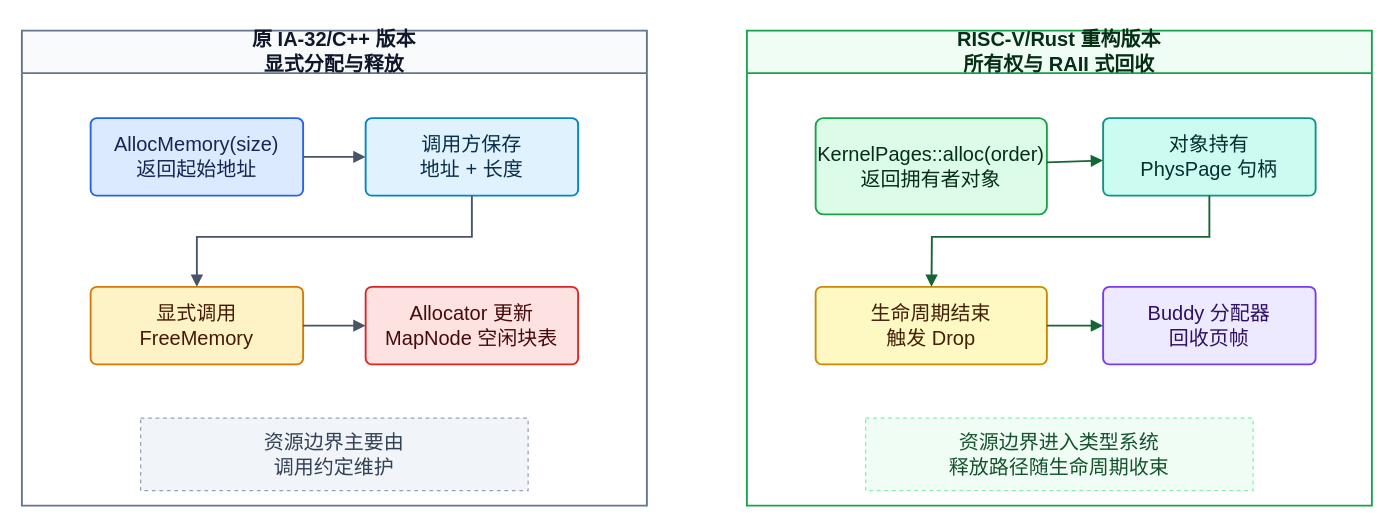
Above: figures/mm-lifetime.drawio in greatbridf/Thesis (draw.io), before the change. Source tidied: cells renumbered, new cells numbered last; positions are measured from the earlier drawing's top-left corner, leaving out a move shared by most shapes. Both pictures are drawn from the tidied source at 125%, with x=0, y=0 at pixel (21, 30).
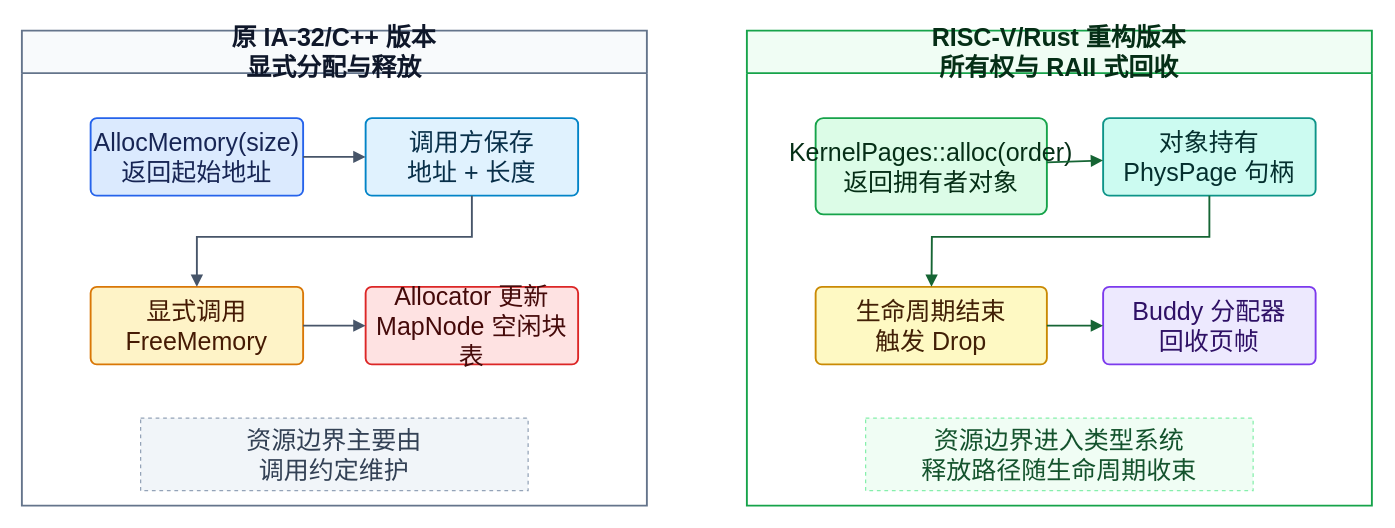
Above is the later version.

The edit, as a diff of the source:
```diff
@@
-    <mxCell id="2" value="原 IA-32/C++ 版本&lt;br&gt;显式分配与释放" style="swimlane;html=1;startSize=34;rounded=0;whiteSpace=wrap;fillColor=#f8fafc;strokeColor=#64748b;fontColor=#0f172a;fontStyle=1;strokeWidth=1.5;fontSize=16;" parent="1" vertex="1">
+    <mxCell id="2" value="原 IA-32/C++ 版本&lt;br&gt;显式分配与释放" style="swimlane;html=1;startSize=34;rounded=0;whiteSpace=wrap;fillColor=#f8fafc;strokeColor=#64748b;fontColor=#0f172a;fontStyle=1;strokeWidth=1.5;fontSize=20;" parent="1" vertex="1">
       <mxGeometry width="500" height="380" as="geometry" />
     </mxCell>
-    <mxCell id="3" value="RISC-V/Rust 重构版本&lt;br&gt;所有权与 RAII 式回收" style="swimlane;html=1;startSize=34;rounded=0;whiteSpace=wrap;fillColor=#f0fdf4;strokeColor=#16a34a;fontColor=#052e16;fontStyle=1;strokeWidth=1.5;fontSize=16;" parent="1" vertex="1">
+    <mxCell id="3" value="RISC-V/Rust 重构版本&lt;br&gt;所有权与 RAII 式回收" style="swimlane;html=1;startSize=34;rounded=0;whiteSpace=wrap;fillColor=#f0fdf4;strokeColor=#16a34a;fontColor=#052e16;fontStyle=1;strokeWidth=1.5;fontSize=20;" parent="1" vertex="1">
       <mxGeometry x="580" width="500" height="380" as="geometry" />
     </mxCell>
-    <mxCell id="4" value="AllocMemory(size)&lt;br&gt;返回起始地址" style="rounded=1;whiteSpace=wrap;html=1;fillColor=#dbeafe;strokeColor=#2563eb;fontColor=#172554;arcSize=8;strokeWidth=1.5;fontSize=16;" parent="2" vertex="1">
+    <mxCell id="4" value="AllocMemory(size)&lt;br&gt;返回起始地址" style="rounded=1;whiteSpace=wrap;html=1;fillColor=#dbeafe;strokeColor=#2563eb;fontColor=#172554;arcSize=8;strokeWidth=1.5;fontSize=20;" parent="2" vertex="1">
       <mxGeometry x="55" y="70" width="170" height="62" as="geometry" />
     </mxCell>
-    <mxCell id="5" value="调用方保存&lt;br&gt;地址 + 长度" style="rounded=1;whiteSpace=wrap;html=1;fillColor=#e0f2fe;strokeColor=#0284c7;fontColor=#082f49;arcSize=8;strokeWidth=1.5;fontSize=16;" parent="2" vertex="1">
+    <mxCell id="5" value="调用方保存&lt;br&gt;地址 + 长度" style="rounded=1;whiteSpace=wrap;html=1;fillColor=#e0f2fe;strokeColor=#0284c7;fontColor=#082f49;arcSize=8;strokeWidth=1.5;fontSize=20;" parent="2" vertex="1">
       <mxGeometry x="275" y="70" width="170" height="62" as="geometry" />
     </mxCell>
-    <mxCell id="6" value="显式调用&lt;br&gt;FreeMemory" style="rounded=1;whiteSpace=wrap;html=1;fillColor=#fef3c7;strokeColor=#d97706;fontColor=#451a03;arcSize=8;strokeWidth=1.5;fontSize=16;" parent="2" vertex="1">
+    <mxCell id="6" value="显式调用&lt;br&gt;FreeMemory" style="rounded=1;whiteSpace=wrap;html=1;fillColor=#fef3c7;strokeColor=#d97706;fontColor=#451a03;arcSize=8;strokeWidth=1.5;fontSize=20;" parent="2" vertex="1">
       <mxGeometry x="55" y="205" width="170" height="62" as="geometry" />
     </mxCell>
-    <mxCell id="7" value="Allocator 更新&lt;br&gt;MapNode 空闲块表" style="rounded=1;whiteSpace=wrap;html=1;fillColor=#fee2e2;strokeColor=#dc2626;fontColor=#450a0a;arcSize=8;strokeWidth=1.5;fontSize=16;" parent="2" vertex="1">
+    <mxCell id="7" value="Allocator 更新&lt;br&gt;MapNode 空闲块表" style="rounded=1;whiteSpace=wrap;html=1;fillColor=#fee2e2;strokeColor=#dc2626;fontColor=#450a0a;arcSize=8;strokeWidth=1.5;fontSize=20;" parent="2" vertex="1">
       <mxGeometry x="275" y="205" width="170" height="62" as="geometry" />
     </mxCell>
-    <mxCell id="8" value="KernelPages::alloc(order)&lt;br&gt;返回拥有者对象" style="rounded=1;whiteSpace=wrap;html=1;fillColor=#dcfce7;strokeColor=#16a34a;fontColor=#052e16;arcSize=8;strokeWidth=1.5;fontSize=16;" parent="3" vertex="1">
+    <mxCell id="8" value="KernelPages::alloc(order)&lt;br&gt;返回拥有者对象" style="rounded=1;whiteSpace=wrap;html=1;fillColor=#dcfce7;strokeColor=#16a34a;fontColor=#052e16;arcSize=8;strokeWidth=1.5;fontSize=20;" parent="3" vertex="1">
       <mxGeometry x="55" y="70" width="185" height="77" as="geometry" />
     </mxCell>
-    <mxCell id="9" value="对象持有&lt;br&gt;PhysPage 句柄" style="rounded=1;whiteSpace=wrap;html=1;fillColor=#ccfbf1;strokeColor=#0d9488;fontColor=#042f2e;arcSize=8;strokeWidth=1.5;fontSize=16;" parent="3" vertex="1">
+    <mxCell id="9" value="对象持有&lt;br&gt;PhysPage 句柄" style="rounded=1;whiteSpace=wrap;html=1;fillColor=#ccfbf1;strokeColor=#0d9488;fontColor=#042f2e;arcSize=8;strokeWidth=1.5;fontSize=20;" parent="3" vertex="1">
       <mxGeometry x="285" y="70" width="170" height="62" as="geometry" />
     </mxCell>
-    <mxCell id="10" value="生命周期结束&lt;br&gt;触发 Drop" style="rounded=1;whiteSpace=wrap;html=1;fillColor=#fef9c3;strokeColor=#ca8a04;fontColor=#422006;arcSize=8;strokeWidth=1.5;fontSize=16;" parent="3" vertex="1">
+    <mxCell id="10" value="生命周期结束&lt;br&gt;触发 Drop" style="rounded=1;whiteSpace=wrap;html=1;fillColor=#fef9c3;strokeColor=#ca8a04;fontColor=#422006;arcSize=8;strokeWidth=1.5;fontSize=20;" parent="3" vertex="1">
       <mxGeometry x="55" y="205" width="185" height="62" as="geometry" />
     </mxCell>
-    <mxCell id="11" value="Buddy 分配器&lt;br&gt;回收页帧" style="rounded=1;whiteSpace=wrap;html=1;fillColor=#ede9fe;strokeColor=#7c3aed;fontColor=#2e1065;arcSize=8;strokeWidth=1.5;fontSize=16;" parent="3" vertex="1">
+    <mxCell id="11" value="Buddy 分配器&lt;br&gt;回收页帧" style="rounded=1;whiteSpace=wrap;html=1;fillColor=#ede9fe;strokeColor=#7c3aed;fontColor=#2e1065;arcSize=8;strokeWidth=1.5;fontSize=20;" parent="3" vertex="1">
       <mxGeometry x="285" y="205" width="170" height="62" as="geometry" />
     </mxCell>
-    <mxCell id="12" value="资源边界主要由&lt;br&gt;调用约定维护" style="rounded=0;whiteSpace=wrap;html=1;fillColor=#f1f5f9;strokeColor=#94a3b8;fontColor=#334155;dashed=1;fontSize=16;" parent="2" vertex="1">
+    <mxCell id="12" value="资源边界主要由&lt;br&gt;调用约定维护" style="rounded=0;whiteSpace=wrap;html=1;fillColor=#f1f5f9;strokeColor=#94a3b8;fontColor=#334155;dashed=1;fontSize=20;" parent="2" vertex="1">
       <mxGeometry x="95" y="310" width="310" height="58" as="geometry" />
     </mxCell>
-    <mxCell id="13" value="资源边界进入类型系统&lt;br&gt;释放路径随生命周期收束" style="rounded=0;whiteSpace=wrap;html=1;fillColor=#f0fdf4;strokeColor=#86efac;fontColor=#14532d;dashed=1;fontSize=16;" parent="3" vertex="1">
+    <mxCell id="13" value="资源边界进入类型系统&lt;br&gt;释放路径随生命周期收束" style="rounded=0;whiteSpace=wrap;html=1;fillColor=#f0fdf4;strokeColor=#86efac;fontColor=#14532d;dashed=1;fontSize=20;" parent="3" vertex="1">
       <mxGeometry x="95" y="310" width="310" height="58" as="geometry" />
     </mxCell>
```
